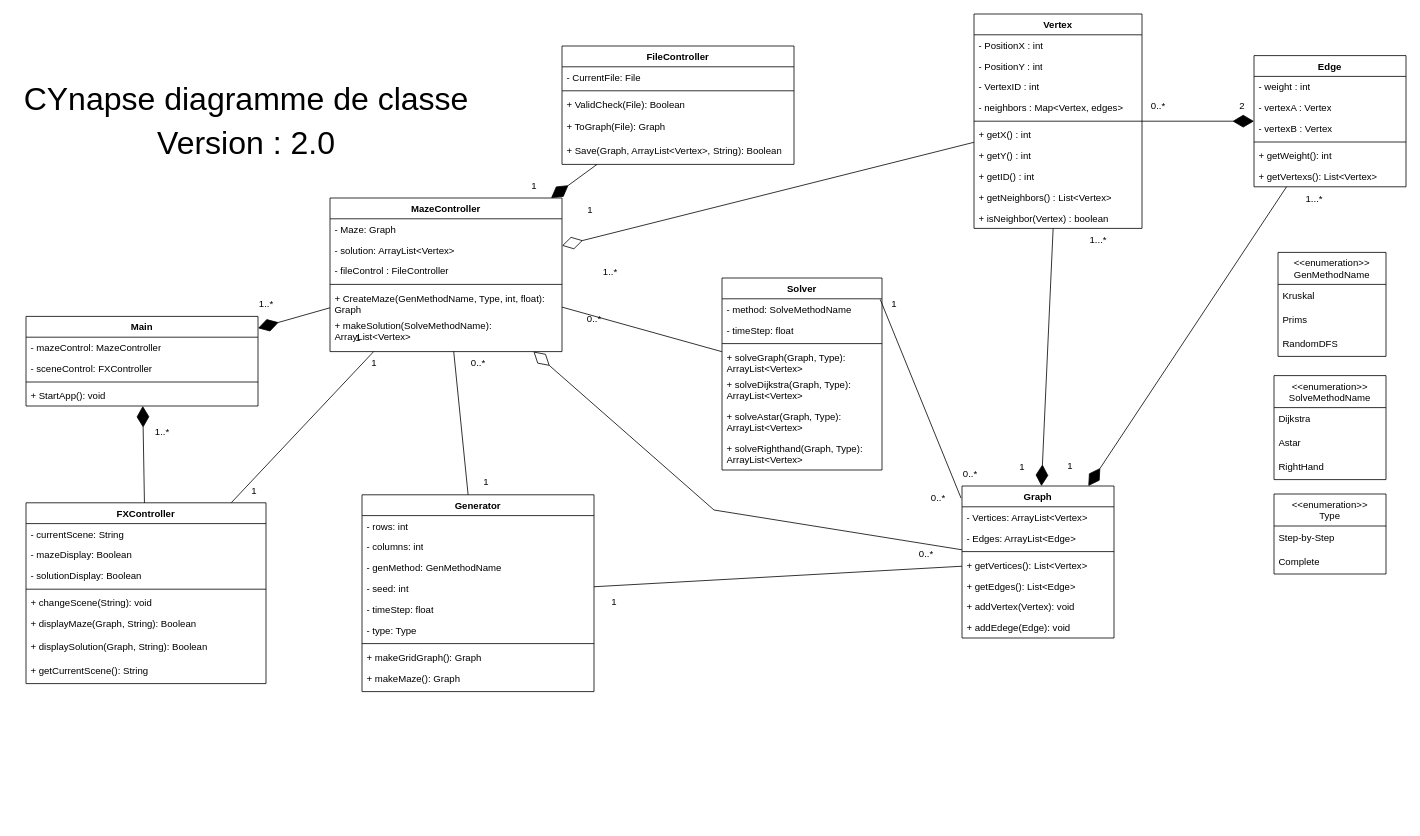
Earlier version of the draw.io diagram drawIoDiagram/Projet_Cynapse_Class_Diagram.drawio (Minetriforce/ProjetCynapse-ING1). Source tidied: cells renumbered, new cells numbered last; positions are measured from the earlier drawing's top-left corner, leaving out a move shared by most shapes. Both pictures are drawn from the tidied source at 80%, with x=0, y=0 at pixel (14, 14).
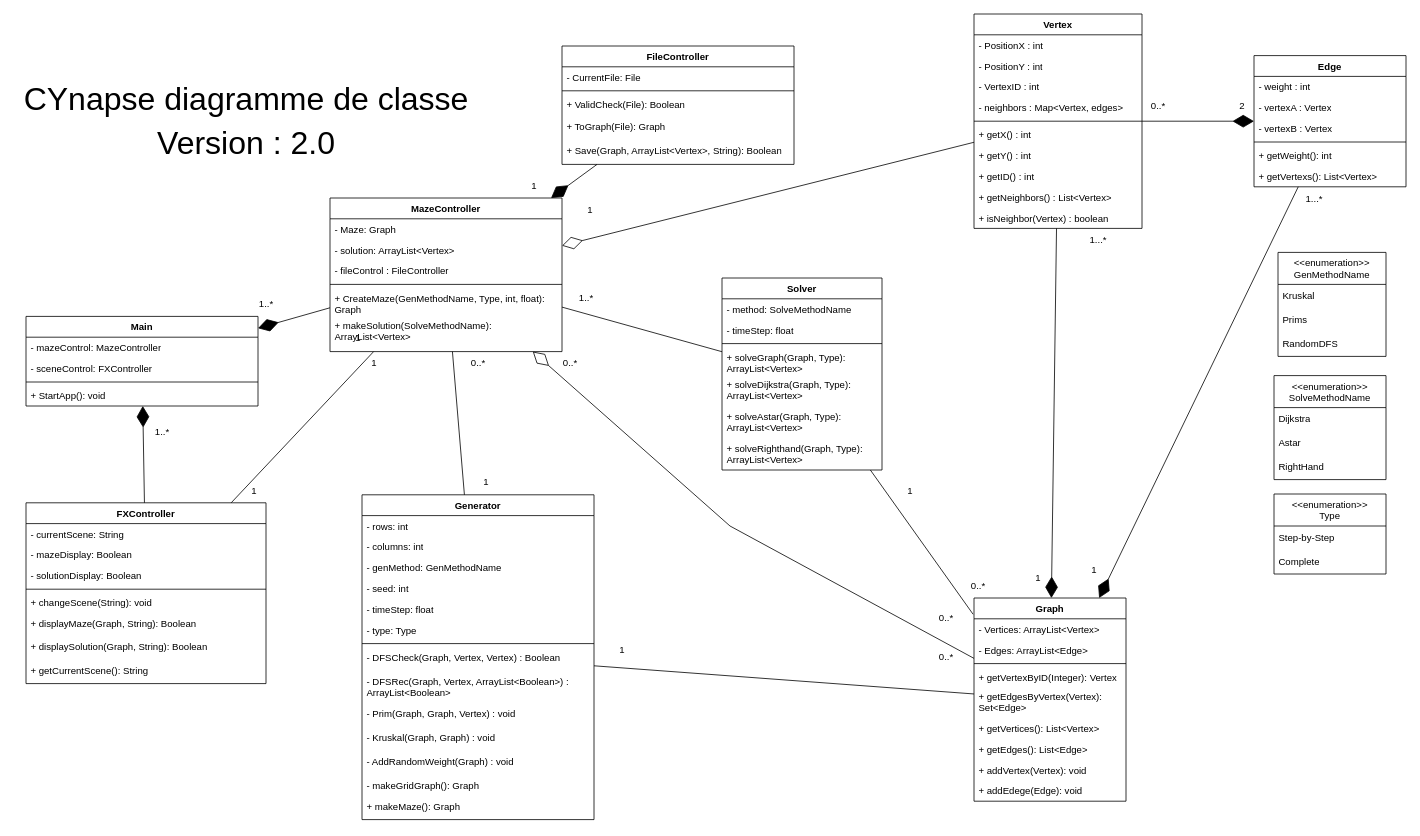
The same diagram, later.

Commit message (it also covers changes not shown here):
Add: - methodes de génération du labyrinthe Updates: - diagramme de classe - Correction et ajout de commentaire pour javadoc (exécuté avec mvn javadoc:javadoc)

The change refers to these unchanged cells:
```xml
<mxCell id="45" value="Solver" style="swimlane;fontStyle=1;align=center;verticalAlign=top;horizontal=1;startSize=26;whiteSpace=wrap;html=1;" parent="1" vertex="1">
  <mxGeometry x="885" y="330" width="200" height="240" as="geometry" />
</mxCell>
<mxCell id="66" value="MazeController" style="swimlane;fontStyle=1;align=center;verticalAlign=top;horizontal=1;startSize=26;whiteSpace=wrap;html=1;" parent="1" vertex="1">
  <mxGeometry x="395" y="230" width="290" height="192" as="geometry" />
</mxCell>
```

Diff of the diagram source:
```diff
@@
     <mxCell id="20" value="Graph" style="swimlane;fontStyle=1;align=center;verticalAlign=top;horizontal=1;startSize=26;whiteSpace=wrap;html=1;" parent="1" vertex="1">
-      <mxGeometry x="1185" y="590" width="190" height="190" as="geometry" />
+      <mxGeometry x="1200" y="730" width="190" height="254" as="geometry" />
     </mxCell>
@@
-    <mxCell id="24" value="+ getVertices(): List&amp;lt;Vertex&amp;gt;" style="text;strokeColor=none;fillColor=none;align=left;verticalAlign=top;spacingLeft=4;spacingRight=4;overflow=hidden;whiteSpace=wrap;html=1;" parent="20" vertex="1">
-      <mxGeometry y="86" width="190" height="26" as="geometry" />
+    <mxCell id="24" value="+ getVertexByID(Integer): Vertex" style="text;strokeColor=none;fillColor=none;align=left;verticalAlign=top;spacingLeft=4;spacingRight=4;overflow=hidden;whiteSpace=wrap;html=1;" parent="20" vertex="1">
+      <mxGeometry y="86" width="190" height="24" as="geometry" />
     </mxCell>
+    <mxCell id="121" value="+ getEdgesByVertex(Vertex): Set&amp;lt;Edge&amp;gt;" style="text;strokeColor=none;fillColor=none;align=left;verticalAlign=top;spacingLeft=4;spacingRight=4;overflow=hidden;whiteSpace=wrap;html=1;" parent="20" vertex="1">
+      <mxGeometry y="110" width="190" height="40" as="geometry" />
+    </mxCell>
+    <mxCell id="122" value="+ getVertices(): List&amp;lt;Vertex&amp;gt;" style="text;strokeColor=none;fillColor=none;align=left;verticalAlign=top;spacingLeft=4;spacingRight=4;overflow=hidden;whiteSpace=wrap;html=1;" parent="20" vertex="1">
+      <mxGeometry y="150" width="190" height="26" as="geometry" />
+    </mxCell>
     <mxCell id="25" value="+ getEdges(): List&amp;lt;Edge&amp;gt;" style="text;strokeColor=none;fillColor=none;align=left;verticalAlign=top;spacingLeft=4;spacingRight=4;overflow=hidden;whiteSpace=wrap;html=1;" parent="20" vertex="1">
-      <mxGeometry y="112" width="190" height="26" as="geometry" />
+      <mxGeometry y="176" width="190" height="26" as="geometry" />
     </mxCell>
     <mxCell id="26" value="+ addVertex(Vertex): void" style="text;strokeColor=none;fillColor=none;align=left;verticalAlign=top;spacingLeft=4;spacingRight=4;overflow=hidden;whiteSpace=wrap;html=1;" parent="20" vertex="1">
-      <mxGeometry y="138" width="190" height="26" as="geometry" />
+      <mxGeometry y="202" width="190" height="26" as="geometry" />
     </mxCell>
     <mxCell id="27" value="+ addEdege(Edge): void" style="text;strokeColor=none;fillColor=none;align=left;verticalAlign=top;spacingLeft=4;spacingRight=4;overflow=hidden;whiteSpace=wrap;html=1;" parent="20" vertex="1">
-      <mxGeometry y="164" width="190" height="26" as="geometry" />
+      <mxGeometry y="228" width="190" height="26" as="geometry" />
     </mxCell>
@@
     <mxCell id="33" value="1" style="text;html=1;align=center;verticalAlign=middle;strokeColor=none;fillColor=none;" parent="1" vertex="1">
-      <mxGeometry x="1245" y="551" width="30" height="30" as="geometry" />
+      <mxGeometry x="1265" y="690" width="30" height="30" as="geometry" />
     </mxCell>
     <mxCell id="34" value="1" style="text;html=1;align=center;verticalAlign=middle;strokeColor=none;fillColor=none;" parent="1" vertex="1">
-      <mxGeometry x="1305" y="550" width="30" height="30" as="geometry" />
+      <mxGeometry x="1335" y="680" width="30" height="30" as="geometry" />
     </mxCell>
     <mxCell id="35" value="Generator" style="swimlane;fontStyle=1;align=center;verticalAlign=top;horizontal=1;startSize=26;whiteSpace=wrap;html=1;" parent="1" vertex="1">
-      <mxGeometry x="435" y="601" width="290" height="246" as="geometry" />
+      <mxGeometry x="435" y="601" width="290" height="406" as="geometry" />
     </mxCell>
@@
+    <mxCell id="123" value="- DFSCheck(Graph, Vertex, Vertex) : Boolean" style="text;strokeColor=none;fillColor=none;align=left;verticalAlign=top;spacingLeft=4;spacingRight=4;overflow=hidden;whiteSpace=wrap;html=1;" parent="35" vertex="1">
+      <mxGeometry y="190" width="290" height="30" as="geometry" />
+    </mxCell>
+    <mxCell id="124" value="- DFSRec(Graph, Vertex, ArrayList&amp;lt;Boolean&amp;gt;) : ArrayList&amp;lt;Boolean&lt;span style=&quot;background-color: transparent;&quot;&gt;&amp;gt;&lt;/span&gt;" style="text;strokeColor=none;fillColor=none;align=left;verticalAlign=top;spacingLeft=4;spacingRight=4;overflow=hidden;whiteSpace=wrap;html=1;" parent="35" vertex="1">
+      <mxGeometry y="220" width="290" height="40" as="geometry" />
+    </mxCell>
+    <mxCell id="125" value="- Prim(Graph, Graph, Vertex) : void" style="text;strokeColor=none;fillColor=none;align=left;verticalAlign=top;spacingLeft=4;spacingRight=4;overflow=hidden;whiteSpace=wrap;html=1;" parent="35" vertex="1">
+      <mxGeometry y="260" width="290" height="30" as="geometry" />
+    </mxCell>
+    <mxCell id="126" value="- Kruskal(Graph, Graph) : void" style="text;strokeColor=none;fillColor=none;align=left;verticalAlign=top;spacingLeft=4;spacingRight=4;overflow=hidden;whiteSpace=wrap;html=1;" parent="35" vertex="1">
+      <mxGeometry y="290" width="290" height="30" as="geometry" />
+    </mxCell>
+    <mxCell id="127" value="- AddRandomWeight(Graph) : void" style="text;strokeColor=none;fillColor=none;align=left;verticalAlign=top;spacingLeft=4;spacingRight=4;overflow=hidden;whiteSpace=wrap;html=1;" parent="35" vertex="1">
+      <mxGeometry y="320" width="290" height="30" as="geometry" />
+    </mxCell>
-    <mxCell id="43" value="+ makeGridGraph(): Graph" style="text;strokeColor=none;fillColor=none;align=left;verticalAlign=top;spacingLeft=4;spacingRight=4;overflow=hidden;whiteSpace=wrap;html=1;" parent="35" vertex="1">
-      <mxGeometry y="190" width="290" height="26" as="geometry" />
+    <mxCell id="43" value="- makeGridGraph(): Graph" style="text;strokeColor=none;fillColor=none;align=left;verticalAlign=top;spacingLeft=4;spacingRight=4;overflow=hidden;whiteSpace=wrap;html=1;" parent="35" vertex="1">
+      <mxGeometry y="350" width="290" height="26" as="geometry" />
     </mxCell>
     <mxCell id="44" value="+ makeMaze(): Graph" style="text;strokeColor=none;fillColor=none;align=left;verticalAlign=top;spacingLeft=4;spacingRight=4;overflow=hidden;whiteSpace=wrap;html=1;" parent="35" vertex="1">
-      <mxGeometry y="216" width="290" height="30" as="geometry" />
+      <mxGeometry y="376" width="290" height="30" as="geometry" />
     </mxCell>
@@
     <mxCell id="55" value="0..*" style="text;html=1;align=center;verticalAlign=middle;strokeColor=none;fillColor=none;" parent="1" vertex="1">
-      <mxGeometry x="1135" y="590" width="40" height="30" as="geometry" />
+      <mxGeometry x="1185" y="700" width="40" height="30" as="geometry" />
     </mxCell>
     <mxCell id="56" value="0..*" style="text;html=1;align=center;verticalAlign=middle;strokeColor=none;fillColor=none;" parent="1" vertex="1">
-      <mxGeometry x="1120" y="660" width="40" height="30" as="geometry" />
+      <mxGeometry x="1145" y="789" width="40" height="30" as="geometry" />
     </mxCell>
@@
     <mxCell id="85" value="1" style="text;html=1;align=center;verticalAlign=middle;strokeColor=none;fillColor=none;" parent="1" vertex="1">
-      <mxGeometry x="735" y="720" width="30" height="30" as="geometry" />
+      <mxGeometry x="745" y="780" width="30" height="30" as="geometry" />
     </mxCell>
@@
     <mxCell id="87" value="1..*" style="text;html=1;align=center;verticalAlign=middle;strokeColor=none;fillColor=none;" parent="1" vertex="1">
-      <mxGeometry x="725" y="308" width="40" height="30" as="geometry" />
+      <mxGeometry x="695" y="340" width="40" height="30" as="geometry" />
     </mxCell>
@@
-    <mxCell id="110" style="endArrow=none;html=1;entryX=-0.006;entryY=0.08;entryDx=0;entryDy=0;entryPerimeter=0;exitX=0.989;exitY=0.112;exitDx=0;exitDy=0;exitPerimeter=0;" parent="1" edge="1" source="45" target="20">
+    <mxCell id="110" style="endArrow=none;html=1;entryX=-0.006;entryY=0.08;entryDx=0;entryDy=0;entryPerimeter=0;" parent="1" edge="1" source="45" target="20">
       <mxGeometry relative="1" as="geometry" />
     </mxCell>
@@
     <mxCell id="113" style="endArrow=diamondThin;endFill=0;endSize=24;html=1;rounded=0;" parent="1" edge="1" source="20" target="66">
       <mxGeometry relative="1" as="geometry">
         <Array as="points">
-          <mxPoint x="875" y="620" />
+          <mxPoint x="895" y="640" />
         </Array>
       </mxGeometry>
     </mxCell>
@@
     <mxCell id="116" value="0..*" style="text;html=1;align=center;verticalAlign=middle;strokeColor=none;fillColor=none;" parent="1" vertex="1">
-      <mxGeometry x="705" y="366" width="40" height="30" as="geometry" />
+      <mxGeometry x="675" y="422" width="40" height="30" as="geometry" />
     </mxCell>
     <mxCell id="117" value="1" style="text;html=1;align=center;verticalAlign=middle;strokeColor=none;fillColor=none;" parent="1" vertex="1">
-      <mxGeometry x="1085" y="348" width="30" height="30" as="geometry" />
+      <mxGeometry x="1105" y="581" width="30" height="30" as="geometry" />
     </mxCell>
     <mxCell id="118" value="0..*" style="text;html=1;align=center;verticalAlign=middle;strokeColor=none;fillColor=none;" parent="1" vertex="1">
-      <mxGeometry x="1175" y="560" width="40" height="30" as="geometry" />
+      <mxGeometry x="1145" y="740" width="40" height="30" as="geometry" />
     </mxCell>
```
